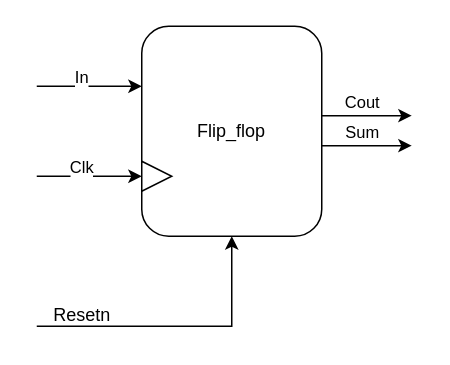
Above: Untitled Diagram.drawio in kanosukii/draw (draw.io), before the change. Source tidied: cells renumbered, new cells numbered last; positions are measured from the earlier drawing's top-left corner, leaving out a move shared by most shapes. Both pictures are drawn from the tidied source at 150%, with x=0, y=0 at pixel (36, 26).
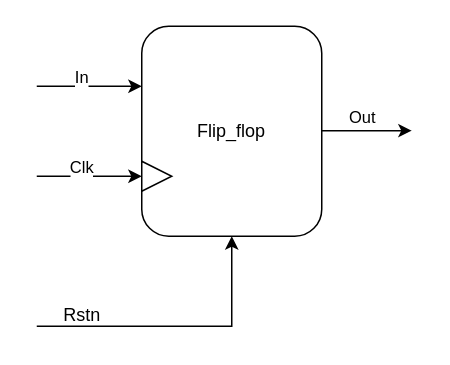
The same page after the edit.

What changed in the source:
```diff
@@
 <mxGraphModel>
   <root>
     <mxCell id="0" />
     <mxCell id="1" parent="0" />
     <mxCell id="2" style="edgeStyle=orthogonalEdgeStyle;rounded=0;orthogonalLoop=1;jettySize=auto;html=1;exitX=1;exitY=0.5;exitDx=0;exitDy=0;" parent="1" edge="1">
       <mxGeometry relative="1" as="geometry">
-        <mxPoint x="190" y="59.6" as="sourcePoint" />
-        <mxPoint x="250" y="59.6" as="targetPoint" />
+        <mxPoint x="190" y="69.6" as="sourcePoint" />
+        <mxPoint x="250" y="69.6" as="targetPoint" />
       </mxGeometry>
     </mxCell>
-    <mxCell id="3" value="Cout" style="edgeLabel;html=1;align=center;verticalAlign=middle;" parent="2" vertex="1">
+    <mxCell id="3" value="Out" style="edgeLabel;html=1;align=center;verticalAlign=middle;" parent="2" vertex="1">
       <mxGeometry x="-0.15" y="9" relative="1" as="geometry" />
     </mxCell>
     <mxCell id="4" value="Flip_flop" style="rounded=1;whiteSpace=wrap;html=1;" parent="1" vertex="1">
       <mxGeometry x="70" width="120" height="140" as="geometry" />
     </mxCell>
     <mxCell id="5" style="endArrow=classic;html=1;rounded=0;" parent="1" edge="1">
       <mxGeometry relative="1" as="geometry">
         <mxPoint y="100" as="sourcePoint" />
         <mxPoint x="70" y="100" as="targetPoint" />
       </mxGeometry>
     </mxCell>
     <mxCell id="6" value="Clk" style="edgeLabel;html=1;align=center;verticalAlign=middle;" parent="5" vertex="1">
       <mxGeometry x="-0.18" y="7" relative="1" as="geometry" />
     </mxCell>
-    <mxCell id="7" style="edgeStyle=orthogonalEdgeStyle;rounded=0;orthogonalLoop=1;jettySize=auto;html=1;exitX=1;exitY=0.5;exitDx=0;exitDy=0;" parent="1" edge="1">
-      <mxGeometry relative="1" as="geometry">
-        <mxPoint x="190" y="79.6" as="sourcePoint" />
-        <mxPoint x="250" y="79.6" as="targetPoint" />
-      </mxGeometry>
-    </mxCell>
-    <mxCell id="8" value="Sum" style="edgeLabel;html=1;align=center;verticalAlign=middle;" parent="7" vertex="1">
-      <mxGeometry x="-0.15" y="9" relative="1" as="geometry" />
-    </mxCell>
     <mxCell id="9" style="endArrow=classic;html=1;rounded=0;" parent="1" edge="1">
       <mxGeometry relative="1" as="geometry">
         <mxPoint y="40" as="sourcePoint" />
         <mxPoint x="70" y="40" as="targetPoint" />
       </mxGeometry>
     </mxCell>
     <mxCell id="10" value="In" style="edgeLabel;html=1;align=center;verticalAlign=middle;" parent="9" vertex="1">
       <mxGeometry x="-0.18" y="7" relative="1" as="geometry" />
     </mxCell>
     <mxCell id="11" style="triangle;whiteSpace=wrap;html=1;" parent="1" vertex="1">
       <mxGeometry x="70" y="90" width="20" height="20" as="geometry" />
     </mxCell>
     <mxCell id="12" style="endArrow=classic;html=1;rounded=0;entryX=0.5;entryY=1;entryDx=0;entryDy=0;" parent="1" edge="1" target="4">
       <mxGeometry relative="1" as="geometry">
         <mxPoint y="200" as="sourcePoint" />
         <Array as="points">
           <mxPoint x="130" y="200" />
         </Array>
       </mxGeometry>
     </mxCell>
-    <mxCell id="13" value="Resetn" style="text;html=1;align=center;verticalAlign=middle;strokeColor=none;fillColor=none;" parent="1" vertex="1">
-      <mxGeometry y="178" width="60" height="30" as="geometry" />
+    <mxCell id="13" value="Rstn" style="text;html=1;align=center;verticalAlign=middle;strokeColor=none;fillColor=none;" parent="1" vertex="1">
+      <mxGeometry x="5" y="178" width="50" height="30" as="geometry" />
     </mxCell>
   </root>
 </mxGraphModel>
```
